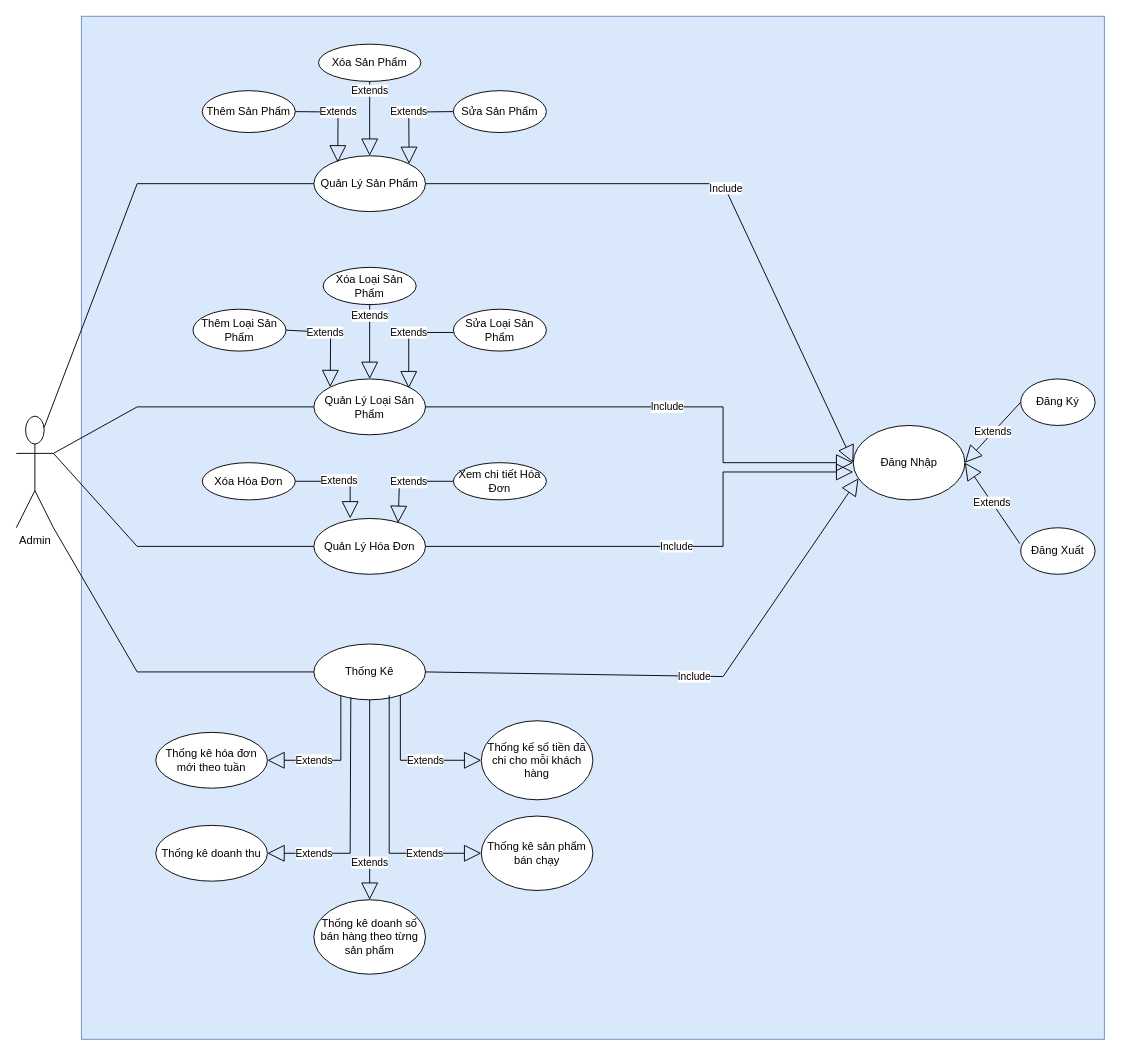
Above: page "Admin" (1 of 2) of Biểu đồ không có tiêu đề.drawio in TOB0451/kiemthu (draw.io), before the change. Source tidied: cells renumbered, new cells numbered last; positions are measured from the earlier drawing's top-left corner, leaving out a move shared by most shapes. Both pictures are drawn from the tidied source at 93%, with x=0, y=0 at pixel (16, 16).
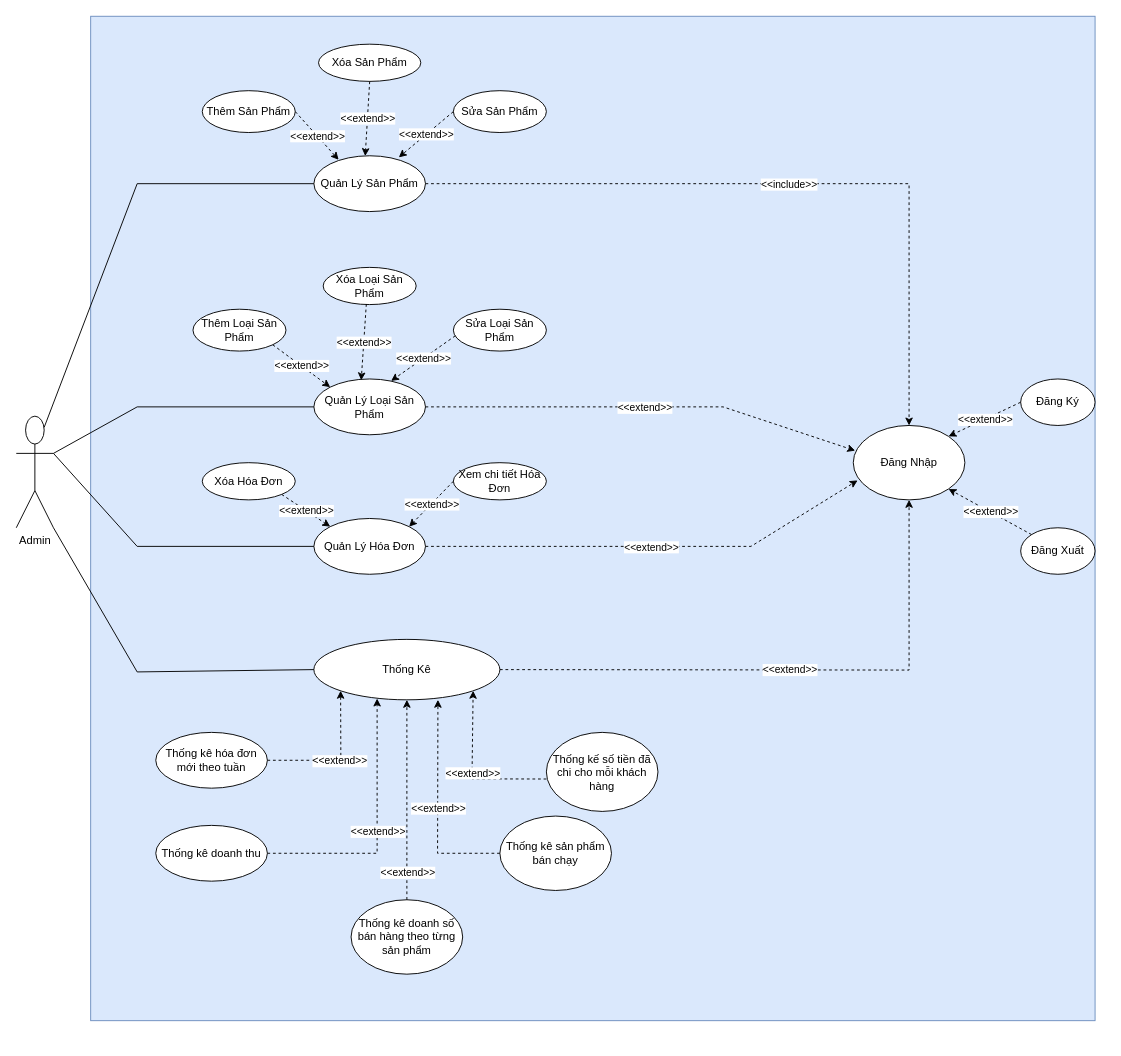
The same page after the edit.

The change refers to these unchanged cells:
```xml
<mxCell id="4" value="Quản Lý Sản Phẩm" style="ellipse;whiteSpace=wrap;html=1;" parent="1" vertex="1">
  <mxGeometry x="320" y="150" width="120" height="60" as="geometry" />
</mxCell>
<mxCell id="5" value="Xóa Sản Phẩm" style="ellipse;whiteSpace=wrap;html=1;" parent="1" vertex="1">
  <mxGeometry x="325" y="30" width="110" height="40" as="geometry" />
</mxCell>
<mxCell id="7" value="Quản Lý Loại Sản Phẩm" style="ellipse;whiteSpace=wrap;html=1;" parent="1" vertex="1">
  <mxGeometry x="320" y="390" width="120" height="60" as="geometry" />
</mxCell>
<mxCell id="8" value="Sửa Loại Sản Phẩm" style="ellipse;whiteSpace=wrap;html=1;" parent="1" vertex="1">
  <mxGeometry x="470" y="315" width="100" height="45" as="geometry" />
</mxCell>
<mxCell id="10" value="Thêm Loại Sản Phẩm" style="ellipse;whiteSpace=wrap;html=1;" parent="1" vertex="1">
  <mxGeometry x="190" y="315" width="100" height="45" as="geometry" />
</mxCell>
<mxCell id="12" value="Xóa Loại Sản Phẩm" style="ellipse;whiteSpace=wrap;html=1;" parent="1" vertex="1">
  <mxGeometry x="330" y="270" width="100" height="40" as="geometry" />
</mxCell>
<mxCell id="15" value="Thêm Sản Phẩm" style="ellipse;whiteSpace=wrap;html=1;" parent="1" vertex="1">
  <mxGeometry x="200" y="80" width="100" height="45" as="geometry" />
</mxCell>
<mxCell id="17" value="Sửa Sản Phẩm" style="ellipse;whiteSpace=wrap;html=1;" parent="1" vertex="1">
  <mxGeometry x="470" y="80" width="100" height="45" as="geometry" />
</mxCell>
<mxCell id="18" value="Quản Lý Hóa Đơn" style="ellipse;whiteSpace=wrap;html=1;" parent="1" vertex="1">
  <mxGeometry x="320" y="540" width="120" height="60" as="geometry" />
</mxCell>
<mxCell id="19" value="Xóa Hóa Đơn" style="ellipse;whiteSpace=wrap;html=1;" parent="1" vertex="1">
  <mxGeometry x="200" y="480" width="100" height="40" as="geometry" />
</mxCell>
<mxCell id="21" value="Xem chi tiết Hóa Đơn" style="ellipse;whiteSpace=wrap;html=1;" parent="1" vertex="1">
  <mxGeometry x="470" y="480" width="100" height="40" as="geometry" />
</mxCell>
<mxCell id="24" value="Thống kê hóa đơn mới theo tuần" style="ellipse;whiteSpace=wrap;html=1;" parent="1" vertex="1">
  <mxGeometry x="150" y="770" width="120" height="60" as="geometry" />
</mxCell>
<mxCell id="25" value="Thống kê doanh thu" style="ellipse;whiteSpace=wrap;html=1;" parent="1" vertex="1">
  <mxGeometry x="150" y="870" width="120" height="60" as="geometry" />
</mxCell>
<mxCell id="34" value="Đăng Nhập" style="ellipse;whiteSpace=wrap;html=1;" parent="1" vertex="1">
  <mxGeometry x="900" y="440" width="120" height="80" as="geometry" />
</mxCell>
<mxCell id="35" value="Đăng Ký" style="ellipse;whiteSpace=wrap;html=1;" parent="1" vertex="1">
  <mxGeometry x="1080" y="390" width="80" height="50" as="geometry" />
</mxCell>
<mxCell id="36" value="Đăng Xuất" style="ellipse;whiteSpace=wrap;html=1;" parent="1" vertex="1">
  <mxGeometry x="1080" y="550" width="80" height="50" as="geometry" />
</mxCell>
```

Change to the diagram source:
```diff
@@
     <mxCell id="2" style="whiteSpace=wrap;html=1;fillColor=#dae8fc;strokeColor=#6c8ebf;" parent="1" vertex="1">
-      <mxGeometry x="70" width="1100" height="1100" as="geometry" />
+      <mxGeometry x="80" width="1080" height="1080" as="geometry" />
     </mxCell>
@@
-    <mxCell id="6" value="Extends" style="endArrow=block;endSize=16;endFill=0;html=1;rounded=0;exitX=0.5;exitY=1;exitDx=0;exitDy=0;entryX=0.5;entryY=0;entryDx=0;entryDy=0;" parent="1" edge="1" source="5" target="4">
-      <mxGeometry x="-0.75" relative="1" as="geometry" />
-    </mxCell>
@@
-    <mxCell id="9" value="Extends" style="endArrow=block;endSize=16;endFill=0;html=1;rounded=0;" parent="1" edge="1">
-      <mxGeometry x="-0.11" relative="1" as="geometry">
-        <mxPoint x="470" y="340" as="sourcePoint" />
-        <mxPoint x="422" y="400" as="targetPoint" />
-        <Array as="points">
-          <mxPoint x="422" y="340" />
-        </Array>
-      </mxGeometry>
-    </mxCell>
@@
-    <mxCell id="11" value="Extends" style="endArrow=block;endSize=16;endFill=0;html=1;rounded=0;exitX=1;exitY=0.5;exitDx=0;exitDy=0;entryX=0;entryY=0;entryDx=0;entryDy=0;" parent="1" edge="1" source="10" target="7">
-      <mxGeometry x="-0.22" relative="1" as="geometry">
-        <Array as="points">
-          <mxPoint x="338" y="340" />
-        </Array>
-      </mxGeometry>
-    </mxCell>
@@
-    <mxCell id="13" value="Extends" style="endArrow=block;endSize=16;endFill=0;html=1;rounded=0;exitX=0.5;exitY=1;exitDx=0;exitDy=0;" parent="1" edge="1" source="12">
-      <mxGeometry x="-0.71" relative="1" as="geometry">
-        <mxPoint x="380" y="390" as="targetPoint" />
-      </mxGeometry>
-    </mxCell>
-    <mxCell id="14" value="Extends" style="endArrow=block;endSize=16;endFill=0;html=1;rounded=0;exitX=1;exitY=0.5;exitDx=0;exitDy=0;entryX=0.214;entryY=0.12;entryDx=0;entryDy=0;entryPerimeter=0;" parent="1" edge="1" source="15" target="4">
-      <mxGeometry x="-0.09" relative="1" as="geometry">
-        <Array as="points">
-          <mxPoint x="346" y="103" />
-        </Array>
-      </mxGeometry>
-    </mxCell>
@@
-    <mxCell id="16" value="Extends" style="endArrow=block;endSize=16;endFill=0;html=1;rounded=0;entryX=1;entryY=0;entryDx=0;entryDy=0;exitX=0;exitY=0.5;exitDx=0;exitDy=0;" parent="1" edge="1" source="17" target="4">
-      <mxGeometry x="-0.08" relative="1" as="geometry">
-        <Array as="points">
-          <mxPoint x="422" y="103" />
-        </Array>
-      </mxGeometry>
-    </mxCell>
@@
-    <mxCell id="20" value="Extends" style="endArrow=block;endSize=16;endFill=0;html=1;rounded=0;exitX=1;exitY=0.5;exitDx=0;exitDy=0;" parent="1" edge="1" source="19">
-      <mxGeometry x="-0.06" y="1" relative="1" as="geometry">
-        <mxPoint x="359" y="540" as="targetPoint" />
-        <Array as="points">
-          <mxPoint x="359" y="500" />
-        </Array>
-      </mxGeometry>
-    </mxCell>
@@
-    <mxCell id="22" value="Extends" style="endArrow=block;endSize=16;endFill=0;html=1;rounded=0;entryX=0.755;entryY=0.08;entryDx=0;entryDy=0;entryPerimeter=0;exitX=0;exitY=0.5;exitDx=0;exitDy=0;" parent="1" edge="1" source="21" target="18">
-      <mxGeometry x="-0.06" y="1" relative="1" as="geometry">
-        <Array as="points">
-          <mxPoint x="412" y="500" />
-        </Array>
-      </mxGeometry>
-    </mxCell>
     <mxCell id="23" value="Thống Kê" style="ellipse;whiteSpace=wrap;html=1;" parent="1" vertex="1">
-      <mxGeometry x="320" y="675" width="120" height="60" as="geometry" />
+      <mxGeometry x="320" y="670" width="200" height="65" as="geometry" />
     </mxCell>
@@
     <mxCell id="26" value="Thống kê doanh số bán hàng theo từng sản phẩm" style="ellipse;whiteSpace=wrap;html=1;" parent="1" vertex="1">
-      <mxGeometry x="320" y="950" width="120" height="80" as="geometry" />
+      <mxGeometry x="360" y="950" width="120" height="80" as="geometry" />
     </mxCell>
     <mxCell id="27" value="Thống kế số tiền đã chi cho mỗi khách hàng" style="ellipse;whiteSpace=wrap;html=1;" parent="1" vertex="1">
-      <mxGeometry x="500" y="757.5" width="120" height="85" as="geometry" />
+      <mxGeometry x="570" y="770" width="120" height="85" as="geometry" />
     </mxCell>
     <mxCell id="28" value="Thống kê sản phẩm bán chạy" style="ellipse;whiteSpace=wrap;html=1;" parent="1" vertex="1">
-      <mxGeometry x="500" y="860" width="120" height="80" as="geometry" />
+      <mxGeometry x="520" y="860" width="120" height="80" as="geometry" />
     </mxCell>
-    <mxCell id="29" value="Extends" style="endArrow=block;endSize=16;endFill=0;html=1;rounded=0;entryX=1;entryY=0.5;entryDx=0;entryDy=0;" parent="1" edge="1" target="24">
-      <mxGeometry x="0.33" relative="1" as="geometry">
-        <mxPoint x="349" y="730" as="sourcePoint" />
-        <Array as="points">
-          <mxPoint x="349" y="800" />
-        </Array>
-      </mxGeometry>
-    </mxCell>
-    <mxCell id="30" value="Extends" style="endArrow=block;endSize=16;endFill=0;html=1;rounded=0;entryX=1;entryY=0.5;entryDx=0;entryDy=0;exitX=0.331;exitY=0.956;exitDx=0;exitDy=0;exitPerimeter=0;" parent="1" edge="1" source="23" target="25">
-      <mxGeometry x="0.61" relative="1" as="geometry">
-        <Array as="points">
-          <mxPoint x="359" y="900" />
-        </Array>
-      </mxGeometry>
-    </mxCell>
-    <mxCell id="31" value="Extends" style="endArrow=block;endSize=16;endFill=0;html=1;rounded=0;entryX=0;entryY=0.5;entryDx=0;entryDy=0;" parent="1" edge="1" target="27">
-      <mxGeometry x="0.24" relative="1" as="geometry">
-        <mxPoint x="413" y="730" as="sourcePoint" />
-        <Array as="points">
-          <mxPoint x="413" y="800" />
-        </Array>
-      </mxGeometry>
-    </mxCell>
-    <mxCell id="32" value="Extends" style="endArrow=block;endSize=16;endFill=0;html=1;rounded=0;entryX=0;entryY=0.5;entryDx=0;entryDy=0;" parent="1" edge="1" target="28">
-      <mxGeometry x="0.55" relative="1" as="geometry">
-        <mxPoint x="401" y="730" as="sourcePoint" />
-        <Array as="points">
-          <mxPoint x="401" y="900" />
-        </Array>
-      </mxGeometry>
-    </mxCell>
-    <mxCell id="33" value="Extends" style="endArrow=block;endSize=16;endFill=0;html=1;rounded=0;exitX=0.5;exitY=1;exitDx=0;exitDy=0;entryX=0.5;entryY=0;entryDx=0;entryDy=0;" parent="1" edge="1" source="23" target="26">
-      <mxGeometry x="0.63" relative="1" as="geometry" />
-    </mxCell>
@@
-    <mxCell id="37" value="Include" style="endArrow=block;endSize=16;endFill=0;html=1;rounded=0;exitX=1;exitY=0.5;exitDx=0;exitDy=0;entryX=0;entryY=0.5;entryDx=0;entryDy=0;" parent="1" edge="1" source="7" target="34">
-      <mxGeometry relative="1" as="geometry">
-        <Array as="points">
-          <mxPoint x="760" y="420" />
-          <mxPoint x="760" y="480" />
-        </Array>
-      </mxGeometry>
-    </mxCell>
-    <mxCell id="38" value="Include" style="endArrow=block;endSize=16;endFill=0;html=1;rounded=0;exitX=1;exitY=0.5;exitDx=0;exitDy=0;" parent="1" edge="1">
-      <mxGeometry relative="1" as="geometry">
-        <mxPoint x="440" y="180" as="sourcePoint" />
-        <mxPoint x="900" y="480" as="targetPoint" />
-        <Array as="points">
-          <mxPoint x="760" y="180" />
-        </Array>
-      </mxGeometry>
-    </mxCell>
-    <mxCell id="39" value="Include" style="endArrow=block;endSize=16;endFill=0;html=1;rounded=0;exitX=1;exitY=0.5;exitDx=0;exitDy=0;" parent="1" edge="1" source="18">
-      <mxGeometry relative="1" as="geometry">
-        <mxPoint x="900" y="490" as="targetPoint" />
-        <Array as="points">
-          <mxPoint x="760" y="570" />
-          <mxPoint x="760" y="490" />
-        </Array>
-      </mxGeometry>
-    </mxCell>
-    <mxCell id="40" value="Include" style="endArrow=block;endSize=16;endFill=0;html=1;rounded=0;exitX=1;exitY=0.5;exitDx=0;exitDy=0;entryX=0.047;entryY=0.71;entryDx=0;entryDy=0;entryPerimeter=0;" parent="1" edge="1" source="23" target="34">
-      <mxGeometry relative="1" as="geometry">
-        <Array as="points">
-          <mxPoint x="760" y="710" />
-        </Array>
-      </mxGeometry>
-    </mxCell>
-    <mxCell id="41" value="Extends" style="endArrow=block;endSize=16;endFill=0;html=1;rounded=0;exitX=0;exitY=0.5;exitDx=0;exitDy=0;entryX=1;entryY=0.5;entryDx=0;entryDy=0;entryPerimeter=0;" parent="1" edge="1" source="35" target="34">
-      <mxGeometry relative="1" as="geometry" />
-    </mxCell>
-    <mxCell id="42" value="Extends" style="endArrow=block;endSize=16;endFill=0;html=1;rounded=0;exitX=-0.012;exitY=0.34;exitDx=0;exitDy=0;entryX=1;entryY=0.5;entryDx=0;entryDy=0;exitPerimeter=0;" parent="1" edge="1" source="36" target="34">
-      <mxGeometry relative="1" as="geometry" />
-    </mxCell>
@@
+    <mxCell id="14" style="endArrow=classic;html=1;rounded=0;dashed=1;exitX=1;exitY=0.5;exitDx=0;exitDy=0;entryX=0.222;entryY=0.072;entryDx=0;entryDy=0;entryPerimeter=0;" parent="1" edge="1" source="15" target="4">
+      <mxGeometry relative="1" as="geometry" />
+    </mxCell>
+    <mxCell id="47" value="&amp;lt;&amp;lt;extend&amp;gt;&amp;gt;" style="edgeLabel;html=1;align=center;verticalAlign=middle;" parent="14" vertex="1">
+      <mxGeometry relative="1" as="geometry" />
+    </mxCell>
+    <mxCell id="6" style="endArrow=classic;html=1;rounded=0;dashed=1;exitX=0.5;exitY=1;exitDx=0;exitDy=0;entryX=0.46;entryY=0.005;entryDx=0;entryDy=0;entryPerimeter=0;" parent="1" edge="1" source="5" target="4">
+      <mxGeometry relative="1" as="geometry" />
+    </mxCell>
+    <mxCell id="48" value="&amp;lt;&amp;lt;extend&amp;gt;&amp;gt;" style="edgeLabel;html=1;align=center;verticalAlign=middle;" parent="6" vertex="1">
+      <mxGeometry relative="1" as="geometry" />
+    </mxCell>
+    <mxCell id="16" style="endArrow=classic;html=1;rounded=0;dashed=1;exitX=0;exitY=0.5;exitDx=0;exitDy=0;entryX=0.761;entryY=0.028;entryDx=0;entryDy=0;entryPerimeter=0;" parent="1" edge="1" source="17" target="4">
+      <mxGeometry relative="1" as="geometry" />
+    </mxCell>
+    <mxCell id="49" value="&amp;lt;&amp;lt;extend&amp;gt;&amp;gt;" style="edgeLabel;html=1;align=center;verticalAlign=middle;" parent="16" vertex="1">
+      <mxGeometry relative="1" as="geometry" />
+    </mxCell>
+    <mxCell id="11" style="endArrow=classic;html=1;rounded=0;dashed=1;exitX=1;exitY=1;exitDx=0;exitDy=0;entryX=0;entryY=0;entryDx=0;entryDy=0;" parent="1" edge="1" source="10" target="7">
+      <mxGeometry relative="1" as="geometry" />
+    </mxCell>
+    <mxCell id="50" value="&amp;lt;&amp;lt;extend&amp;gt;&amp;gt;" style="edgeLabel;html=1;align=center;verticalAlign=middle;" parent="11" vertex="1">
+      <mxGeometry relative="1" as="geometry" />
+    </mxCell>
+    <mxCell id="51" style="endArrow=classic;html=1;rounded=0;dashed=1;exitX=0.464;exitY=0.985;exitDx=0;exitDy=0;entryX=0.424;entryY=0.024;entryDx=0;entryDy=0;entryPerimeter=0;exitPerimeter=0;" parent="1" edge="1" source="12" target="7">
+      <mxGeometry relative="1" as="geometry" />
+    </mxCell>
+    <mxCell id="52" value="&amp;lt;&amp;lt;extend&amp;gt;&amp;gt;" style="edgeLabel;html=1;align=center;verticalAlign=middle;" parent="51" vertex="1">
+      <mxGeometry relative="1" as="geometry" />
+    </mxCell>
+    <mxCell id="53" style="endArrow=classic;html=1;rounded=0;dashed=1;exitX=0.021;exitY=0.635;exitDx=0;exitDy=0;entryX=0.692;entryY=0.035;entryDx=0;entryDy=0;entryPerimeter=0;exitPerimeter=0;" parent="1" edge="1" source="8" target="7">
+      <mxGeometry relative="1" as="geometry" />
+    </mxCell>
+    <mxCell id="54" value="&amp;lt;&amp;lt;extend&amp;gt;&amp;gt;" style="edgeLabel;html=1;align=center;verticalAlign=middle;" parent="53" vertex="1">
+      <mxGeometry relative="1" as="geometry" />
+    </mxCell>
+    <mxCell id="55" style="endArrow=classic;html=1;rounded=0;dashed=1;exitX=1;exitY=0.5;exitDx=0;exitDy=0;" parent="1" edge="1" source="4" target="34">
+      <mxGeometry relative="1" as="geometry">
+        <Array as="points">
+          <mxPoint x="960" y="180" />
+        </Array>
+      </mxGeometry>
+    </mxCell>
+    <mxCell id="56" value="&amp;lt;&amp;lt;include&amp;gt;&amp;gt;" style="edgeLabel;html=1;align=center;verticalAlign=middle;" parent="55" vertex="1">
+      <mxGeometry relative="1" as="geometry" />
+    </mxCell>
+    <mxCell id="41" style="endArrow=classic;html=1;rounded=0;dashed=1;exitX=0;exitY=0.5;exitDx=0;exitDy=0;entryX=1;entryY=0;entryDx=0;entryDy=0;" parent="1" edge="1" source="35" target="34">
+      <mxGeometry relative="1" as="geometry" />
+    </mxCell>
+    <mxCell id="57" value="&amp;lt;&amp;lt;extend&amp;gt;&amp;gt;" style="edgeLabel;html=1;align=center;verticalAlign=middle;" parent="41" vertex="1">
+      <mxGeometry relative="1" as="geometry" />
+    </mxCell>
+    <mxCell id="42" style="endArrow=classic;html=1;rounded=0;dashed=1;exitX=0;exitY=0;exitDx=0;exitDy=0;entryX=1;entryY=1;entryDx=0;entryDy=0;" parent="1" edge="1" source="36" target="34">
+      <mxGeometry relative="1" as="geometry" />
+    </mxCell>
+    <mxCell id="58" value="&amp;lt;&amp;lt;extend&amp;gt;&amp;gt;" style="edgeLabel;html=1;align=center;verticalAlign=middle;" parent="42" vertex="1">
+      <mxGeometry relative="1" as="geometry" />
+    </mxCell>
+    <mxCell id="22" style="endArrow=classic;html=1;rounded=0;dashed=1;exitX=0;exitY=0.5;exitDx=0;exitDy=0;entryX=1;entryY=0;entryDx=0;entryDy=0;" parent="1" edge="1" source="21" target="18">
+      <mxGeometry relative="1" as="geometry" />
+    </mxCell>
+    <mxCell id="59" value="&amp;lt;&amp;lt;extend&amp;gt;&amp;gt;" style="edgeLabel;html=1;align=center;verticalAlign=middle;" parent="22" vertex="1">
+      <mxGeometry relative="1" as="geometry" />
+    </mxCell>
+    <mxCell id="60" style="endArrow=classic;html=1;rounded=0;dashed=1;exitX=1;exitY=1;exitDx=0;exitDy=0;entryX=0;entryY=0;entryDx=0;entryDy=0;" parent="1" edge="1" source="19" target="18">
+      <mxGeometry relative="1" as="geometry" />
+    </mxCell>
+    <mxCell id="61" value="&amp;lt;&amp;lt;extend&amp;gt;&amp;gt;" style="edgeLabel;html=1;align=center;verticalAlign=middle;" parent="60" vertex="1">
+      <mxGeometry relative="1" as="geometry" />
+    </mxCell>
+    <mxCell id="62" style="endArrow=classic;html=1;rounded=0;dashed=1;exitX=0;exitY=0.59;exitDx=0;exitDy=0;entryX=1;entryY=1;entryDx=0;entryDy=0;exitPerimeter=0;" parent="1" edge="1" source="27" target="23">
+      <mxGeometry relative="1" as="geometry">
+        <Array as="points">
+          <mxPoint x="490" y="820" />
+        </Array>
+      </mxGeometry>
+    </mxCell>
+    <mxCell id="63" value="&amp;lt;&amp;lt;extend&amp;gt;&amp;gt;" style="edgeLabel;html=1;align=center;verticalAlign=middle;" parent="62" vertex="1">
+      <mxGeometry relative="1" as="geometry" />
+    </mxCell>
+    <mxCell id="64" style="endArrow=classic;html=1;rounded=0;dashed=1;exitX=0;exitY=0.5;exitDx=0;exitDy=0;entryX=0.667;entryY=1;entryDx=0;entryDy=0;entryPerimeter=0;" parent="1" edge="1" source="28" target="23">
+      <mxGeometry relative="1" as="geometry">
+        <Array as="points">
+          <mxPoint x="453" y="900" />
+        </Array>
+      </mxGeometry>
+    </mxCell>
+    <mxCell id="65" value="&amp;lt;&amp;lt;extend&amp;gt;&amp;gt;" style="edgeLabel;html=1;align=center;verticalAlign=middle;" parent="64" vertex="1">
+      <mxGeometry relative="1" as="geometry" />
+    </mxCell>
+    <mxCell id="66" style="endArrow=classic;html=1;rounded=0;dashed=1;exitX=1;exitY=0.5;exitDx=0;exitDy=0;entryX=0;entryY=1;entryDx=0;entryDy=0;" parent="1" edge="1" source="24" target="23">
+      <mxGeometry relative="1" as="geometry">
+        <Array as="points">
+          <mxPoint x="349" y="800" />
+        </Array>
+      </mxGeometry>
+    </mxCell>
+    <mxCell id="67" value="&amp;lt;&amp;lt;extend&amp;gt;&amp;gt;" style="edgeLabel;html=1;align=center;verticalAlign=middle;" parent="66" vertex="1">
+      <mxGeometry relative="1" as="geometry" />
+    </mxCell>
+    <mxCell id="68" style="endArrow=classic;html=1;rounded=0;dashed=1;exitX=0.5;exitY=0;exitDx=0;exitDy=0;entryX=0.5;entryY=1;entryDx=0;entryDy=0;" parent="1" edge="1" source="26" target="23">
+      <mxGeometry relative="1" as="geometry" />
+    </mxCell>
+    <mxCell id="69" value="&amp;lt;&amp;lt;extend&amp;gt;&amp;gt;" style="edgeLabel;html=1;align=center;verticalAlign=middle;" parent="68" vertex="1">
+      <mxGeometry relative="1" as="geometry">
+        <mxPoint y="78" as="offset" />
+      </mxGeometry>
+    </mxCell>
+    <mxCell id="70" style="endArrow=classic;html=1;rounded=0;dashed=1;exitX=1;exitY=0.5;exitDx=0;exitDy=0;entryX=0.34;entryY=0.979;entryDx=0;entryDy=0;entryPerimeter=0;" parent="1" edge="1" source="25" target="23">
+      <mxGeometry relative="1" as="geometry">
+        <Array as="points">
+          <mxPoint x="388" y="900" />
+        </Array>
+      </mxGeometry>
+    </mxCell>
+    <mxCell id="71" value="&amp;lt;&amp;lt;extend&amp;gt;&amp;gt;" style="edgeLabel;html=1;align=center;verticalAlign=middle;" parent="70" vertex="1">
+      <mxGeometry relative="1" as="geometry" />
+    </mxCell>
+    <mxCell id="40" style="endArrow=classic;html=1;rounded=0;dashed=1;exitX=1;exitY=0.5;exitDx=0;exitDy=0;entryX=0.5;entryY=1;entryDx=0;entryDy=0;" parent="1" edge="1" source="23" target="34">
+      <mxGeometry relative="1" as="geometry">
+        <Array as="points">
+          <mxPoint x="960" y="703" />
+        </Array>
+      </mxGeometry>
+    </mxCell>
+    <mxCell id="72" value="&amp;lt;&amp;lt;extend&amp;gt;&amp;gt;" style="edgeLabel;html=1;align=center;verticalAlign=middle;" parent="40" vertex="1">
+      <mxGeometry relative="1" as="geometry" />
+    </mxCell>
+    <mxCell id="37" style="endArrow=classic;html=1;rounded=0;dashed=1;exitX=1;exitY=0.5;exitDx=0;exitDy=0;entryX=0.017;entryY=0.338;entryDx=0;entryDy=0;entryPerimeter=0;" parent="1" edge="1" source="7" target="34">
+      <mxGeometry relative="1" as="geometry">
+        <Array as="points">
+          <mxPoint x="760" y="420" />
+        </Array>
+      </mxGeometry>
+    </mxCell>
+    <mxCell id="73" value="&amp;lt;&amp;lt;extend&amp;gt;&amp;gt;" style="edgeLabel;html=1;align=center;verticalAlign=middle;" parent="37" vertex="1">
+      <mxGeometry relative="1" as="geometry" />
+    </mxCell>
+    <mxCell id="74" style="endArrow=classic;html=1;rounded=0;dashed=1;exitX=1;exitY=0.5;exitDx=0;exitDy=0;entryX=0.039;entryY=0.738;entryDx=0;entryDy=0;entryPerimeter=0;" parent="1" edge="1" source="18" target="34">
+      <mxGeometry relative="1" as="geometry">
+        <Array as="points">
+          <mxPoint x="790" y="570" />
+        </Array>
+      </mxGeometry>
+    </mxCell>
+    <mxCell id="75" value="&amp;lt;&amp;lt;extend&amp;gt;&amp;gt;" style="edgeLabel;html=1;align=center;verticalAlign=middle;" parent="74" vertex="1">
+      <mxGeometry relative="1" as="geometry" />
+    </mxCell>
```
